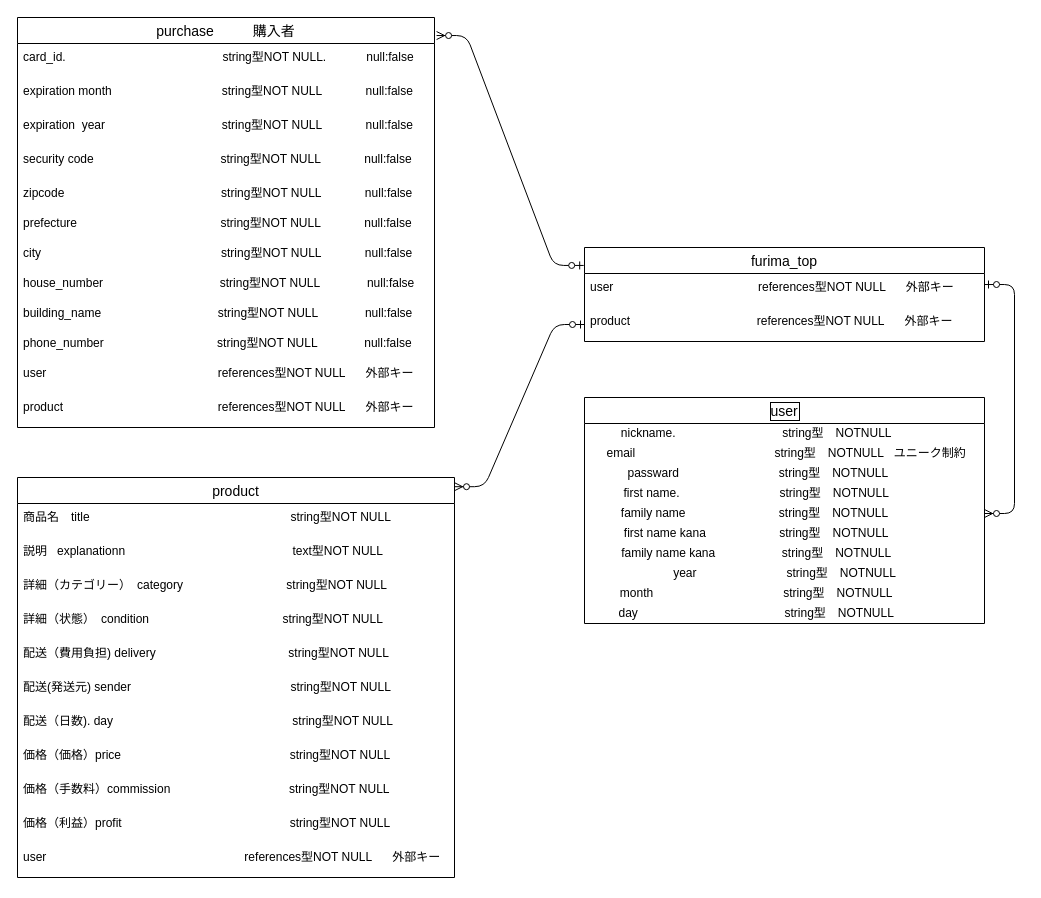
This is フリマ.dio from tmhs0319/furima-tmhs1025, a draw.io file, before an edit. Source tidied: cells renumbered, new cells numbered last; positions are measured from the earlier drawing's top-left corner, leaving out a move shared by most shapes. Both pictures are drawn from the tidied source at 100%, with x=0, y=0 at pixel (17, 17).
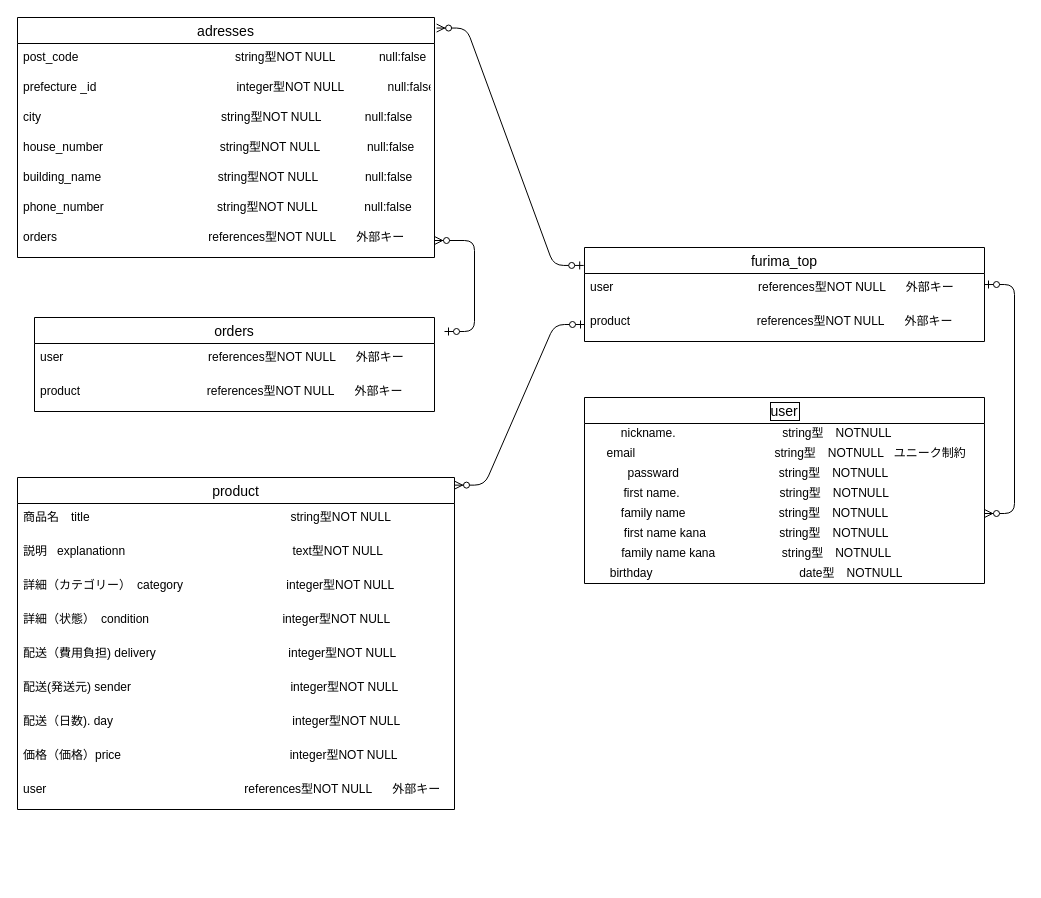
The same diagram, later.

What changed in the source:
```diff
@@
-    <mxCell id="2" value="purchase          購入者" style="swimlane;fontStyle=0;horizontal=1;startSize=26;align=center;fontSize=14;" parent="1" vertex="1">
-      <mxGeometry width="417" height="410" as="geometry" />
+    <mxCell id="2" value="adresses" style="swimlane;fontStyle=0;horizontal=1;startSize=26;align=center;fontSize=14;" parent="1" vertex="1">
+      <mxGeometry width="417" height="240" as="geometry" />
     </mxCell>
-    <mxCell id="3" value="card_id.                                               string型NOT NULL.            null:false" style="text;strokeColor=none;fillColor=none;spacingLeft=4;spacingRight=4;overflow=hidden;fontSize=12;" parent="2" vertex="1">
-      <mxGeometry y="26" width="417" height="34" as="geometry" />
-    </mxCell>
-    <mxCell id="4" value="expiration month                                 string型NOT NULL             null:false" style="text;strokeColor=none;fillColor=none;spacingLeft=4;spacingRight=4;overflow=hidden;fontSize=12;" parent="2" vertex="1">
-      <mxGeometry y="60" width="417" height="34" as="geometry" />
-    </mxCell>
-    <mxCell id="5" value="expiration  year                                   string型NOT NULL             null:false" style="text;strokeColor=none;fillColor=none;spacingLeft=4;spacingRight=4;overflow=hidden;fontSize=12;" parent="2" vertex="1">
-      <mxGeometry y="94" width="417" height="34" as="geometry" />
-    </mxCell>
-    <mxCell id="6" value="security code                                      string型NOT NULL             null:false" style="text;strokeColor=none;fillColor=none;spacingLeft=4;spacingRight=4;overflow=hidden;fontSize=12;" parent="2" vertex="1">
-      <mxGeometry y="128" width="417" height="34" as="geometry" />
-    </mxCell>
-    <mxCell id="7" value="zipcode                                               string型NOT NULL             null:false" style="text;strokeColor=none;fillColor=none;spacingLeft=4;spacingRight=4;overflow=hidden;fontSize=12;" parent="2" vertex="1">
-      <mxGeometry y="162" width="417" height="30" as="geometry" />
+    <mxCell id="7" value="post_code                                               string型NOT NULL             null:false" style="text;strokeColor=none;fillColor=none;spacingLeft=4;spacingRight=4;overflow=hidden;fontSize=12;" parent="2" vertex="1">
+      <mxGeometry y="26" width="417" height="30" as="geometry" />
     </mxCell>
-    <mxCell id="8" value="prefecture                                           string型NOT NULL             null:false&#10; " style="text;strokeColor=none;fillColor=none;spacingLeft=4;spacingRight=4;overflow=hidden;fontSize=12;" parent="2" vertex="1">
-      <mxGeometry y="192" width="417" height="30" as="geometry" />
+    <mxCell id="8" value="prefecture _id                                          integer型NOT NULL             null:false&#10; " style="text;strokeColor=none;fillColor=none;spacingLeft=4;spacingRight=4;overflow=hidden;fontSize=12;" parent="2" vertex="1">
+      <mxGeometry y="56" width="417" height="30" as="geometry" />
     </mxCell>
     <mxCell id="9" value="city                                                      string型NOT NULL             null:false&#10; " style="text;strokeColor=none;fillColor=none;spacingLeft=4;spacingRight=4;overflow=hidden;fontSize=12;" parent="2" vertex="1">
-      <mxGeometry y="222" width="417" height="30" as="geometry" />
+      <mxGeometry y="86" width="417" height="30" as="geometry" />
     </mxCell>
     <mxCell id="10" value="house_number                                   string型NOT NULL              null:false&#10; " style="text;strokeColor=none;fillColor=none;spacingLeft=4;spacingRight=4;overflow=hidden;fontSize=12;" parent="2" vertex="1">
-      <mxGeometry y="252" width="417" height="30" as="geometry" />
+      <mxGeometry y="116" width="417" height="30" as="geometry" />
     </mxCell>
     <mxCell id="11" value="building_name                                   string型NOT NULL              null:false&#10; " style="text;strokeColor=none;fillColor=none;spacingLeft=4;spacingRight=4;overflow=hidden;fontSize=12;" parent="2" vertex="1">
-      <mxGeometry y="282" width="417" height="30" as="geometry" />
+      <mxGeometry y="146" width="417" height="30" as="geometry" />
     </mxCell>
     <mxCell id="12" value="phone_number                                  string型NOT NULL              null:false  &#10; " style="text;strokeColor=none;fillColor=none;spacingLeft=4;spacingRight=4;overflow=hidden;fontSize=12;" parent="2" vertex="1">
-      <mxGeometry y="312" width="417" height="30" as="geometry" />
+      <mxGeometry y="176" width="417" height="30" as="geometry" />
     </mxCell>
-    <mxCell id="13" value="user                             　        　　　references型NOT NULL      外部キー" style="text;strokeColor=none;fillColor=none;spacingLeft=4;spacingRight=4;overflow=hidden;fontSize=12;" parent="2" vertex="1">
-      <mxGeometry y="342" width="417" height="34" as="geometry" />
-    </mxCell>
-    <mxCell id="14" value="product                            　    　　　references型NOT NULL      外部キー" style="text;strokeColor=none;fillColor=none;spacingLeft=4;spacingRight=4;overflow=hidden;points=[[0,0.5],[1,0.5]];portConstraint=eastwest;fontSize=12;" parent="2" vertex="1">
-      <mxGeometry y="376" width="417" height="34" as="geometry" />
+    <mxCell id="14" value="orders                           　    　　　references型NOT NULL      外部キー" style="text;strokeColor=none;fillColor=none;spacingLeft=4;spacingRight=4;overflow=hidden;points=[[0,0.5],[1,0.5]];portConstraint=eastwest;fontSize=12;" parent="2" vertex="1">
+      <mxGeometry y="206" width="417" height="34" as="geometry" />
     </mxCell>
@@
     <mxCell id="18" value="user" style="swimlane;fontStyle=0;horizontal=1;startSize=26;align=center;fontSize=14;labelBackgroundColor=default;labelBorderColor=default;" parent="1" vertex="1">
-      <mxGeometry x="567" y="380" width="400" height="226" as="geometry" />
+      <mxGeometry x="567" y="380" width="400" height="186" as="geometry" />
     </mxCell>
@@
-    <mxCell id="26" value="year&amp;nbsp; &amp;nbsp; &amp;nbsp; &amp;nbsp; &amp;nbsp; &amp;nbsp; &amp;nbsp; &amp;nbsp; &amp;nbsp; &amp;nbsp; &amp;nbsp; &amp;nbsp; &amp;nbsp; &amp;nbsp;string型　NOTNULL" style="text;html=1;align=center;verticalAlign=middle;strokeColor=none;fillColor=none;" parent="18" vertex="1">
-      <mxGeometry y="166" width="400" height="20" as="geometry" />
-    </mxCell>
-    <mxCell id="27" value="month&amp;nbsp; &amp;nbsp; &amp;nbsp; &amp;nbsp; &amp;nbsp; &amp;nbsp; &amp;nbsp; &amp;nbsp; &amp;nbsp; &amp;nbsp; &amp;nbsp; &amp;nbsp; &amp;nbsp; &amp;nbsp; &amp;nbsp; &amp;nbsp; &amp;nbsp; &amp;nbsp; &amp;nbsp; &amp;nbsp;string型　NOTNULL&amp;nbsp; &amp;nbsp; &amp;nbsp; &amp;nbsp; &amp;nbsp; &amp;nbsp; &amp;nbsp; &amp;nbsp; &amp;nbsp;" style="text;html=1;align=center;verticalAlign=middle;strokeColor=none;fillColor=none;" parent="18" vertex="1">
-      <mxGeometry y="186" width="400" height="20" as="geometry" />
-    </mxCell>
-    <mxCell id="28" value="day&amp;nbsp; &amp;nbsp; &amp;nbsp; &amp;nbsp; &amp;nbsp; &amp;nbsp; &amp;nbsp; &amp;nbsp; &amp;nbsp; &amp;nbsp; &amp;nbsp; &amp;nbsp; &amp;nbsp; &amp;nbsp; &amp;nbsp; &amp;nbsp; &amp;nbsp; &amp;nbsp; &amp;nbsp; &amp;nbsp; &amp;nbsp; &amp;nbsp; string型　NOTNULL&amp;nbsp; &amp;nbsp; &amp;nbsp; &amp;nbsp; &amp;nbsp; &amp;nbsp; &amp;nbsp; &amp;nbsp; &amp;nbsp;" style="text;html=1;align=center;verticalAlign=middle;strokeColor=none;fillColor=none;" parent="18" vertex="1">
-      <mxGeometry y="206" width="400" height="20" as="geometry" />
+    <mxCell id="28" value="birthday&amp;nbsp; &amp;nbsp; &amp;nbsp; &amp;nbsp; &amp;nbsp; &amp;nbsp; &amp;nbsp; &amp;nbsp; &amp;nbsp; &amp;nbsp; &amp;nbsp; &amp;nbsp; &amp;nbsp; &amp;nbsp; &amp;nbsp; &amp;nbsp; &amp;nbsp; &amp;nbsp; &amp;nbsp; &amp;nbsp; &amp;nbsp; &amp;nbsp; date型　NOTNULL&amp;nbsp; &amp;nbsp; &amp;nbsp; &amp;nbsp; &amp;nbsp; &amp;nbsp; &amp;nbsp; &amp;nbsp; &amp;nbsp;" style="text;html=1;align=center;verticalAlign=middle;strokeColor=none;fillColor=none;" parent="18" vertex="1">
+      <mxGeometry y="166" width="400" height="20" as="geometry" />
     </mxCell>
     <mxCell id="29" value="product" style="swimlane;fontStyle=0;horizontal=1;startSize=26;align=center;fontSize=14;" parent="1" vertex="1">
-      <mxGeometry y="460" width="437" height="400" as="geometry" />
+      <mxGeometry y="460" width="437" height="332" as="geometry" />
     </mxCell>
@@
-    <mxCell id="32" value="詳細（カテゴリー）　category　　　　           　  string型NOT NULL" style="text;strokeColor=none;fillColor=none;spacingLeft=4;spacingRight=4;overflow=hidden;fontSize=12;" parent="29" vertex="1">
+    <mxCell id="32" value="詳細（カテゴリー）　category　　　　           　  integer型NOT NULL" style="text;strokeColor=none;fillColor=none;spacingLeft=4;spacingRight=4;overflow=hidden;fontSize=12;" parent="29" vertex="1">
       <mxGeometry y="94" width="437" height="34" as="geometry" />
     </mxCell>
-    <mxCell id="33" value="詳細（状態）　condition　　　　                    　  string型NOT NULL" style="text;strokeColor=none;fillColor=none;spacingLeft=4;spacingRight=4;overflow=hidden;fontSize=12;" parent="29" vertex="1">
+    <mxCell id="33" value="詳細（状態）　condition　　　　                    　  integer型NOT NULL" style="text;strokeColor=none;fillColor=none;spacingLeft=4;spacingRight=4;overflow=hidden;fontSize=12;" parent="29" vertex="1">
       <mxGeometry y="128" width="437" height="34" as="geometry" />
     </mxCell>
-    <mxCell id="34" value="配送（費用負担) delivery　　                             　string型NOT NULL" style="text;strokeColor=none;fillColor=none;spacingLeft=4;spacingRight=4;overflow=hidden;fontSize=12;" parent="29" vertex="1">
+    <mxCell id="34" value="配送（費用負担) delivery　　                             　integer型NOT NULL" style="text;strokeColor=none;fillColor=none;spacingLeft=4;spacingRight=4;overflow=hidden;fontSize=12;" parent="29" vertex="1">
       <mxGeometry y="162" width="437" height="34" as="geometry" />
     </mxCell>
-    <mxCell id="35" value="配送(発送元) sender　　                                     　string型NOT NULL" style="text;strokeColor=none;fillColor=none;spacingLeft=4;spacingRight=4;overflow=hidden;fontSize=12;" parent="29" vertex="1">
+    <mxCell id="35" value="配送(発送元) sender　　                                     　integer型NOT NULL" style="text;strokeColor=none;fillColor=none;spacingLeft=4;spacingRight=4;overflow=hidden;fontSize=12;" parent="29" vertex="1">
       <mxGeometry y="196" width="437" height="34" as="geometry" />
     </mxCell>
-    <mxCell id="36" value="配送（日数). day　　                                           　string型NOT NULL" style="text;strokeColor=none;fillColor=none;spacingLeft=4;spacingRight=4;overflow=hidden;fontSize=12;" parent="29" vertex="1">
+    <mxCell id="36" value="配送（日数). day　　                                           　integer型NOT NULL" style="text;strokeColor=none;fillColor=none;spacingLeft=4;spacingRight=4;overflow=hidden;fontSize=12;" parent="29" vertex="1">
       <mxGeometry y="230" width="437" height="34" as="geometry" />
     </mxCell>
-    <mxCell id="37" value="価格（価格）price　　　　　                             　string型NOT NULL" style="text;strokeColor=none;fillColor=none;spacingLeft=4;spacingRight=4;overflow=hidden;fontSize=12;" parent="29" vertex="1">
+    <mxCell id="37" value="価格（価格）price　　　　　                             　integer型NOT NULL" style="text;strokeColor=none;fillColor=none;spacingLeft=4;spacingRight=4;overflow=hidden;fontSize=12;" parent="29" vertex="1">
       <mxGeometry y="264" width="437" height="34" as="geometry" />
     </mxCell>
-    <mxCell id="38" value="価格（手数料）commission　　　　              　　string型NOT NULL" style="text;strokeColor=none;fillColor=none;spacingLeft=4;spacingRight=4;overflow=hidden;fontSize=12;" parent="29" vertex="1">
-      <mxGeometry y="298" width="437" height="34" as="geometry" />
-    </mxCell>
-    <mxCell id="39" value="価格（利益）profit             　　　                       　string型NOT NULL" style="text;strokeColor=none;fillColor=none;spacingLeft=4;spacingRight=4;overflow=hidden;fontSize=12;" parent="29" vertex="1">
-      <mxGeometry y="332" width="437" height="34" as="geometry" />
-    </mxCell>
     <mxCell id="40" value="user                             　                　　　references型NOT NULL      外部キー" style="text;strokeColor=none;fillColor=none;spacingLeft=4;spacingRight=4;overflow=hidden;fontSize=12;" parent="29" vertex="1">
-      <mxGeometry y="366" width="437" height="34" as="geometry" />
+      <mxGeometry y="298" width="437" height="34" as="geometry" />
     </mxCell>
@@
+    <mxCell id="44" style="edgeStyle=entityRelationEdgeStyle;fontSize=12;html=1;endArrow=ERzeroToMany;startArrow=ERzeroToOne;entryX=1;entryY=0.5;entryDx=0;entryDy=0;" parent="1" edge="1" target="14">
+      <mxGeometry relative="1" as="geometry">
+        <mxPoint x="427" y="314" as="sourcePoint" />
+      </mxGeometry>
+    </mxCell>
+    <mxCell id="45" value="orders" style="swimlane;fontStyle=0;horizontal=1;startSize=26;align=center;fontSize=14;" parent="1" vertex="1">
+      <mxGeometry x="17" y="300" width="400" height="94" as="geometry" />
+    </mxCell>
+    <mxCell id="13" value="user                             　　　　references型NOT NULL      外部キー" style="text;strokeColor=none;fillColor=none;spacingLeft=4;spacingRight=4;overflow=hidden;fontSize=12;" parent="45" vertex="1">
+      <mxGeometry y="26" width="400" height="34" as="geometry" />
+    </mxCell>
+    <mxCell id="46" value="product                                      references型NOT NULL      外部キー" style="text;strokeColor=none;fillColor=none;spacingLeft=4;spacingRight=4;overflow=hidden;fontSize=12;" parent="45" vertex="1">
+      <mxGeometry y="60" width="400" height="34" as="geometry" />
+    </mxCell>
```
